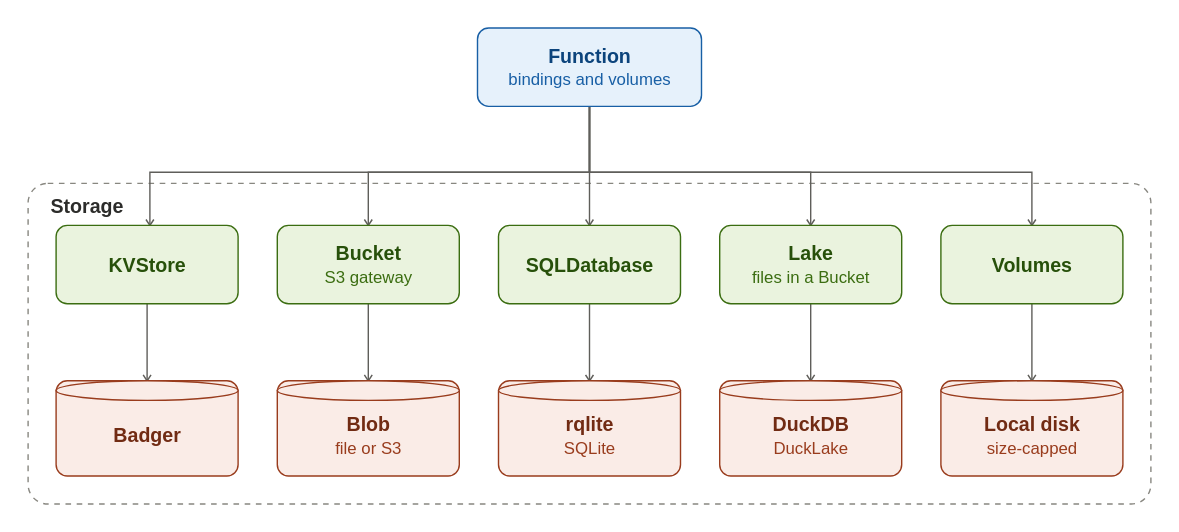
Earlier version of the draw.io export docs/guide/assets/function-bindings.drawio.svg (pyvvo/funcd). Source tidied: cells renumbered, new cells last; positions are measured from the earlier drawing's top-left corner, leaving out a move shared by most shapes.
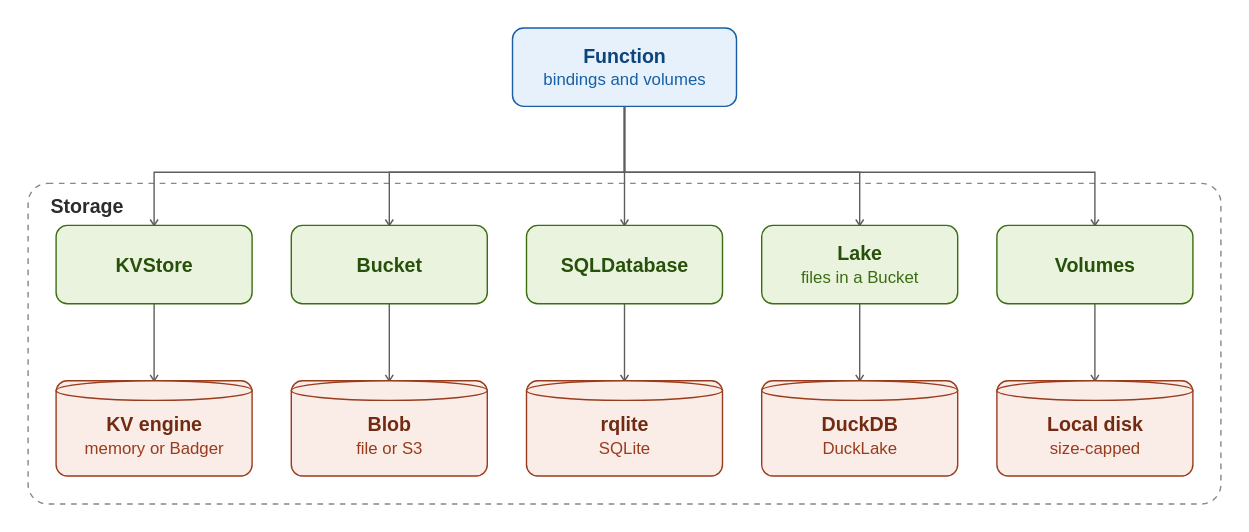
The same diagram one commit later.

What changed in the source:
```diff
@@ -3,54 +3,54 @@
     <mxCell id="0" />
     <mxCell id="1" parent="0" />
     <mxCell id="2" value="&lt;b&gt;Function&lt;/b&gt;&lt;br&gt;&lt;font style=&quot;font-size:12px&quot; color=&quot;#185FA5&quot;&gt;bindings and volumes&lt;/font&gt;" style="rounded=1;absoluteArcSize=1;arcSize=16;whiteSpace=wrap;html=1;fillColor=#E6F1FB;strokeColor=#185FA5;fontColor=#0C447C;fontSize=14;" parent="1" vertex="1">
-      <mxGeometry x="321" width="160" height="56" as="geometry" />
+      <mxGeometry x="346" width="160" height="56" as="geometry" />
     </mxCell>
     <mxCell id="3" value="Storage" style="rounded=1;absoluteArcSize=1;arcSize=28;dashed=1;fillColor=none;strokeColor=#888780;fontStyle=1;fontSize=14;fontColor=#2C2C2A;align=left;verticalAlign=top;spacingLeft=10;spacingTop=2;html=1;" parent="1" vertex="1">
-      <mxGeometry y="111" width="802" height="229" as="geometry" />
+      <mxGeometry y="111" width="852" height="229" as="geometry" />
     </mxCell>
     <mxCell id="4" value="&lt;b&gt;KVStore&lt;/b&gt;" style="rounded=1;absoluteArcSize=1;arcSize=16;whiteSpace=wrap;html=1;fillColor=#EAF3DE;strokeColor=#3B6D11;fontColor=#27500A;fontSize=14;" parent="3" vertex="1">
-      <mxGeometry x="20" y="30" width="130" height="56" as="geometry" />
+      <mxGeometry x="20" y="30" width="140" height="56" as="geometry" />
     </mxCell>
-    <mxCell id="5" value="&lt;b&gt;Bucket&lt;/b&gt;&lt;br&gt;&lt;font style=&quot;font-size:12px&quot; color=&quot;#3B6D11&quot;&gt;S3 gateway&lt;/font&gt;" style="rounded=1;absoluteArcSize=1;arcSize=16;whiteSpace=wrap;html=1;fillColor=#EAF3DE;strokeColor=#3B6D11;fontColor=#27500A;fontSize=14;" parent="3" vertex="1">
-      <mxGeometry x="178" y="30" width="130" height="56" as="geometry" />
+    <mxCell id="5" value="&lt;b&gt;Bucket&lt;/b&gt;" style="rounded=1;absoluteArcSize=1;arcSize=16;whiteSpace=wrap;html=1;fillColor=#EAF3DE;strokeColor=#3B6D11;fontColor=#27500A;fontSize=14;" parent="3" vertex="1">
+      <mxGeometry x="188" y="30" width="140" height="56" as="geometry" />
     </mxCell>
     <mxCell id="6" value="&lt;b&gt;SQLDatabase&lt;/b&gt;" style="rounded=1;absoluteArcSize=1;arcSize=16;whiteSpace=wrap;html=1;fillColor=#EAF3DE;strokeColor=#3B6D11;fontColor=#27500A;fontSize=14;" parent="3" vertex="1">
-      <mxGeometry x="336" y="30" width="130" height="56" as="geometry" />
+      <mxGeometry x="356" y="30" width="140" height="56" as="geometry" />
     </mxCell>
     <mxCell id="7" value="&lt;b&gt;Lake&lt;/b&gt;&lt;br&gt;&lt;font style=&quot;font-size:12px&quot; color=&quot;#3B6D11&quot;&gt;files in a Bucket&lt;/font&gt;" style="rounded=1;absoluteArcSize=1;arcSize=16;whiteSpace=wrap;html=1;fillColor=#EAF3DE;strokeColor=#3B6D11;fontColor=#27500A;fontSize=14;" parent="3" vertex="1">
-      <mxGeometry x="494" y="30" width="130" height="56" as="geometry" />
+      <mxGeometry x="524" y="30" width="140" height="56" as="geometry" />
     </mxCell>
     <mxCell id="8" value="&lt;b&gt;Volumes&lt;/b&gt;" style="rounded=1;absoluteArcSize=1;arcSize=16;whiteSpace=wrap;html=1;fillColor=#EAF3DE;strokeColor=#3B6D11;fontColor=#27500A;fontSize=14;" parent="3" vertex="1">
-      <mxGeometry x="652" y="30" width="130" height="56" as="geometry" />
+      <mxGeometry x="692" y="30" width="140" height="56" as="geometry" />
     </mxCell>
-    <mxCell id="9" value="&lt;b&gt;Badger&lt;/b&gt;" style="shape=cylinder3;boundedLbl=1;size=8;whiteSpace=wrap;html=1;fillColor=#FAECE7;strokeColor=#993C1D;fontColor=#712B13;fontSize=14;" parent="3" vertex="1">
-      <mxGeometry x="20" y="141" width="130" height="68" as="geometry" />
+    <mxCell id="9" value="&lt;b&gt;KV engine&lt;/b&gt;&lt;br&gt;&lt;font style=&quot;font-size:12px&quot; color=&quot;#993C1D&quot;&gt;memory or Badger&lt;/font&gt;" style="shape=cylinder3;boundedLbl=1;size=8;whiteSpace=wrap;html=1;fillColor=#FAECE7;strokeColor=#993C1D;fontColor=#712B13;fontSize=14;" parent="3" vertex="1">
+      <mxGeometry x="20" y="141" width="140" height="68" as="geometry" />
     </mxCell>
     <mxCell id="10" value="&lt;b&gt;Blob&lt;/b&gt;&lt;br&gt;&lt;font style=&quot;font-size:12px&quot; color=&quot;#993C1D&quot;&gt;file or S3&lt;/font&gt;" style="shape=cylinder3;boundedLbl=1;size=8;whiteSpace=wrap;html=1;fillColor=#FAECE7;strokeColor=#993C1D;fontColor=#712B13;fontSize=14;" parent="3" vertex="1">
-      <mxGeometry x="178" y="141" width="130" height="68" as="geometry" />
+      <mxGeometry x="188" y="141" width="140" height="68" as="geometry" />
     </mxCell>
     <mxCell id="11" value="&lt;b&gt;rqlite&lt;/b&gt;&lt;br&gt;&lt;font style=&quot;font-size:12px&quot; color=&quot;#993C1D&quot;&gt;SQLite&lt;/font&gt;" style="shape=cylinder3;boundedLbl=1;size=8;whiteSpace=wrap;html=1;fillColor=#FAECE7;strokeColor=#993C1D;fontColor=#712B13;fontSize=14;" parent="3" vertex="1">
-      <mxGeometry x="336" y="141" width="130" height="68" as="geometry" />
+      <mxGeometry x="356" y="141" width="140" height="68" as="geometry" />
     </mxCell>
     <mxCell id="12" value="&lt;b&gt;DuckDB&lt;/b&gt;&lt;br&gt;&lt;font style=&quot;font-size:12px&quot; color=&quot;#993C1D&quot;&gt;DuckLake&lt;/font&gt;" style="shape=cylinder3;boundedLbl=1;size=8;whiteSpace=wrap;html=1;fillColor=#FAECE7;strokeColor=#993C1D;fontColor=#712B13;fontSize=14;" parent="3" vertex="1">
-      <mxGeometry x="494" y="141" width="130" height="68" as="geometry" />
+      <mxGeometry x="524" y="141" width="140" height="68" as="geometry" />
     </mxCell>
     <mxCell id="13" value="&lt;b&gt;Local disk&lt;/b&gt;&lt;br&gt;&lt;font style=&quot;font-size:12px&quot; color=&quot;#993C1D&quot;&gt;size-capped&lt;/font&gt;" style="shape=cylinder3;boundedLbl=1;size=8;whiteSpace=wrap;html=1;fillColor=#FAECE7;strokeColor=#993C1D;fontColor=#712B13;fontSize=14;" parent="3" vertex="1">
-      <mxGeometry x="652" y="141" width="130" height="68" as="geometry" />
+      <mxGeometry x="692" y="141" width="140" height="68" as="geometry" />
     </mxCell>
-    <mxCell id="14" style="edgeStyle=orthogonalEdgeStyle;rounded=0;html=1;jettySize=auto;strokeColor=#5F5E5A;fontColor=#5F5E5A;fontSize=12;labelBackgroundColor=#FFFFFF;endSize=7;endArrow=open;endFill=0;exitX=0.5;exitY=1;exitDx=0;exitDy=0;exitPerimeter=0;entryX=0.515;entryY=0;entryDx=0;entryDy=0;entryPerimeter=0;" parent="1" edge="1" source="2" target="4">
+    <mxCell id="14" style="edgeStyle=orthogonalEdgeStyle;rounded=0;html=1;jettySize=auto;strokeColor=#5F5E5A;fontColor=#5F5E5A;fontSize=12;labelBackgroundColor=#FFFFFF;endSize=7;endArrow=open;endFill=0;exitX=0.5;exitY=1;exitDx=0;exitDy=0;exitPerimeter=0;entryX=0.5;entryY=0;entryDx=0;entryDy=0;entryPerimeter=0;" parent="1" edge="1" source="2" target="4">
       <mxGeometry relative="1" as="geometry">
         <Array as="points">
-          <mxPoint x="401" y="103" />
-          <mxPoint x="87" y="103" />
+          <mxPoint x="426" y="103" />
+          <mxPoint x="90" y="103" />
         </Array>
       </mxGeometry>
     </mxCell>
     <mxCell id="15" style="edgeStyle=orthogonalEdgeStyle;rounded=0;html=1;jettySize=auto;strokeColor=#5F5E5A;fontColor=#5F5E5A;fontSize=12;labelBackgroundColor=#FFFFFF;endSize=7;endArrow=open;endFill=0;exitX=0.5;exitY=1;exitDx=0;exitDy=0;exitPerimeter=0;entryX=0.5;entryY=0;entryDx=0;entryDy=0;entryPerimeter=0;" parent="1" edge="1" source="2" target="5">
       <mxGeometry relative="1" as="geometry">
         <Array as="points">
-          <mxPoint x="401" y="103" />
-          <mxPoint x="243" y="103" />
+          <mxPoint x="426" y="103" />
+          <mxPoint x="258" y="103" />
         </Array>
       </mxGeometry>
     </mxCell>
@@ -60,16 +60,16 @@
     <mxCell id="17" style="edgeStyle=orthogonalEdgeStyle;rounded=0;html=1;jettySize=auto;strokeColor=#5F5E5A;fontColor=#5F5E5A;fontSize=12;labelBackgroundColor=#FFFFFF;endSize=7;endArrow=open;endFill=0;exitX=0.5;exitY=1;exitDx=0;exitDy=0;exitPerimeter=0;entryX=0.5;entryY=0;entryDx=0;entryDy=0;entryPerimeter=0;" parent="1" edge="1" source="2" target="7">
       <mxGeometry relative="1" as="geometry">
         <Array as="points">
-          <mxPoint x="401" y="103" />
-          <mxPoint x="559" y="103" />
+          <mxPoint x="426" y="103" />
+          <mxPoint x="594" y="103" />
         </Array>
       </mxGeometry>
     </mxCell>
     <mxCell id="18" style="edgeStyle=orthogonalEdgeStyle;rounded=0;html=1;jettySize=auto;strokeColor=#5F5E5A;fontColor=#5F5E5A;fontSize=12;labelBackgroundColor=#FFFFFF;endSize=7;endArrow=open;endFill=0;exitX=0.5;exitY=1;exitDx=0;exitDy=0;exitPerimeter=0;entryX=0.5;entryY=0;entryDx=0;entryDy=0;entryPerimeter=0;" parent="1" edge="1" source="2" target="8">
       <mxGeometry relative="1" as="geometry">
         <Array as="points">
-          <mxPoint x="401" y="103" />
-          <mxPoint x="717" y="103" />
+          <mxPoint x="426" y="103" />
+          <mxPoint x="762" y="103" />
         </Array>
       </mxGeometry>
     </mxCell>
```
